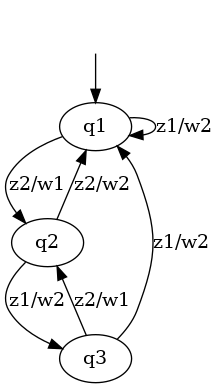
AntonAnisimovMIPT/MCST_Internship keeps this Graphviz diagram as Task_1/converted.png. Above is the earlier version. Its source is kept beside it as Task_1/converted.DOT. Its diagram source:
```dot
digraph {
    start [style=invis];
    start -> q1 ;
    q1 -> q1 [label="z1/w2"];
    q1 -> q2 [label="z2/w1"];
    q2 -> q3 [label="z1/w2"];
    q2 -> q1 [label="z2/w2"];
    q3 -> q1 [label="z1/w2"];
    q3 -> q2 [label="z2/w1"];
}
```
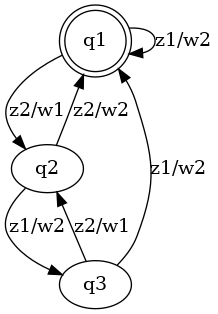
After the commit.

Diff of the diagram source:
```diff
@@ -1,6 +1,5 @@
 digraph {
-    start [style=invis];
-    start -> q1 ;
+    q1 [shape=doublecircle];
     q1 -> q1 [label="z1/w2"];
     q1 -> q2 [label="z2/w1"];
     q2 -> q3 [label="z1/w2"];
```
